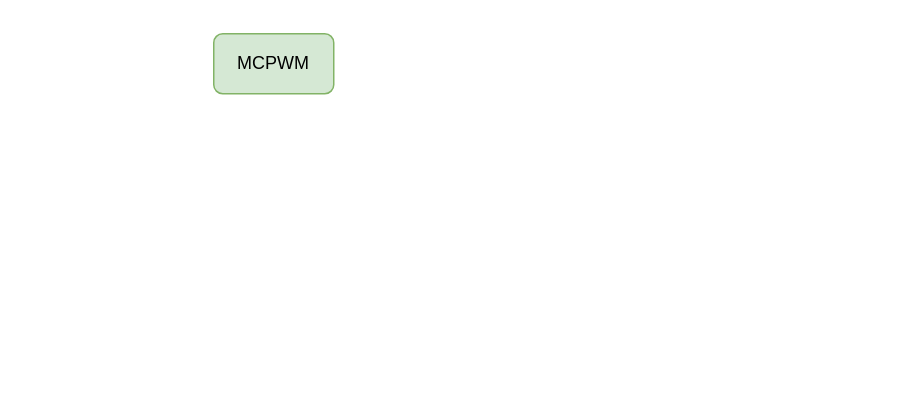
Above: page "IP 层 介绍" (8 of 8) of 电驱芯片外设介绍.drawio in Vinson-001/Blog-flow-chart (draw.io), before the change. Source tidied: cells renumbered, new cells numbered last; positions are measured from the earlier drawing's top-left corner, leaving out a move shared by most shapes. Both pictures are drawn from the tidied source at 150%, with x=0, y=0 at pixel (213, 33).
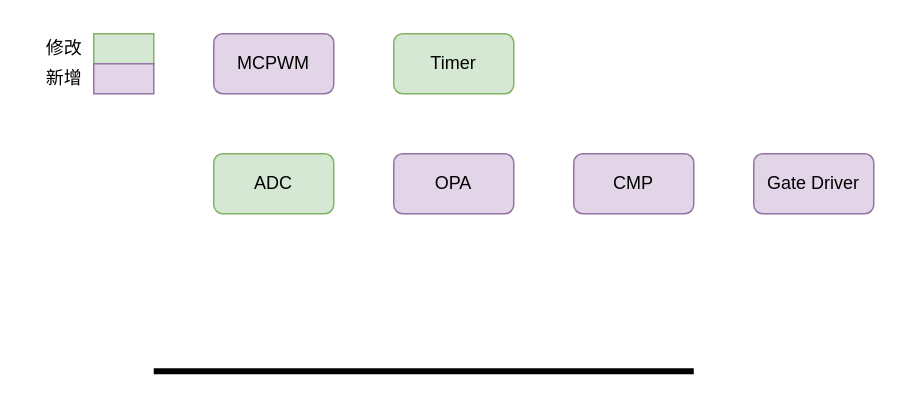
Above is the later version.

Commit message (it also covers changes not shown here):
更新电驱芯片外设介绍.drawio

What changed in the source:
```diff
@@
 <mxGraphModel>
   <root>
     <mxCell id="0" />
     <mxCell id="1" parent="0" />
-    <mxCell id="2" value="MCPWM" style="rounded=1;whiteSpace=wrap;html=1;fillColor=#d5e8d4;strokeColor=#82b366;" parent="1" vertex="1">
+    <mxCell id="2" value="MCPWM" style="rounded=1;whiteSpace=wrap;html=1;fillColor=#e1d5e7;strokeColor=#9673a6;" parent="1" vertex="1">
       <mxGeometry width="80" height="40" as="geometry" />
     </mxCell>
+    <mxCell id="3" value="ADC" style="rounded=1;whiteSpace=wrap;html=1;fillColor=#d5e8d4;strokeColor=#82b366;" parent="1" vertex="1">
+      <mxGeometry y="80" width="80" height="40" as="geometry" />
+    </mxCell>
+    <mxCell id="4" value="CMP" style="rounded=1;whiteSpace=wrap;html=1;fillColor=#e1d5e7;strokeColor=#9673a6;" parent="1" vertex="1">
+      <mxGeometry x="240" y="80" width="80" height="40" as="geometry" />
+    </mxCell>
+    <mxCell id="5" value="OPA" style="rounded=1;whiteSpace=wrap;html=1;fillColor=#e1d5e7;strokeColor=#9673a6;" parent="1" vertex="1">
+      <mxGeometry x="120" y="80" width="80" height="40" as="geometry" />
+    </mxCell>
+    <mxCell id="6" value="Timer" style="rounded=1;whiteSpace=wrap;html=1;fillColor=#d5e8d4;strokeColor=#82b366;" parent="1" vertex="1">
+      <mxGeometry x="120" width="80" height="40" as="geometry" />
+    </mxCell>
+    <mxCell id="7" style="line;strokeWidth=4;html=1;perimeter=backbonePerimeter;" parent="1" vertex="1">
+      <mxGeometry x="-40" y="220" width="360" height="10" as="geometry" />
+    </mxCell>
+    <mxCell id="8" value="Gate Driver" style="rounded=1;whiteSpace=wrap;html=1;fillColor=#e1d5e7;strokeColor=#9673a6;" parent="1" vertex="1">
+      <mxGeometry x="360" y="80" width="80" height="40" as="geometry" />
+    </mxCell>
+    <mxCell id="9" style="rounded=0;whiteSpace=wrap;html=1;fillColor=#d5e8d4;strokeColor=#82b366;" parent="1" vertex="1">
+      <mxGeometry x="-80" width="40" height="20" as="geometry" />
+    </mxCell>
+    <mxCell id="10" style="rounded=0;whiteSpace=wrap;html=1;fillColor=#e1d5e7;strokeColor=#9673a6;" parent="1" vertex="1">
+      <mxGeometry x="-80" y="20" width="40" height="20" as="geometry" />
+    </mxCell>
+    <mxCell id="11" value="修改" style="text;html=1;align=center;verticalAlign=middle;strokeColor=none;fillColor=none;" parent="1" vertex="1">
+      <mxGeometry x="-125" y="-5" width="50" height="30" as="geometry" />
+    </mxCell>
+    <mxCell id="12" value="新增" style="text;html=1;align=center;verticalAlign=middle;strokeColor=none;fillColor=none;" parent="1" vertex="1">
+      <mxGeometry x="-125" y="15" width="50" height="30" as="geometry" />
+    </mxCell>
   </root>
 </mxGraphModel>
```
